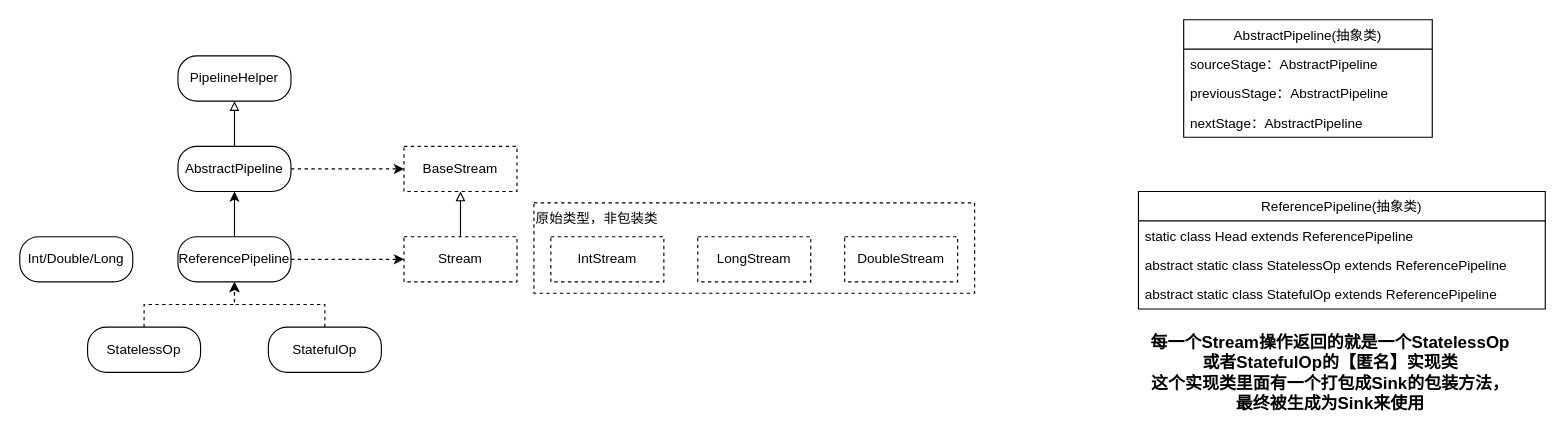
MosEleven/MyStudy keeps this draw.io diagram as note/散装程序员/Stream.assets/Stream.drawio. Above is the earlier version. Source tidied: cells renumbered, new cells numbered last; positions are measured from the earlier drawing's top-left corner, leaving out a move shared by most shapes. Both pictures are drawn from the tidied source at 113%, with x=0, y=0 at pixel (19, 19).
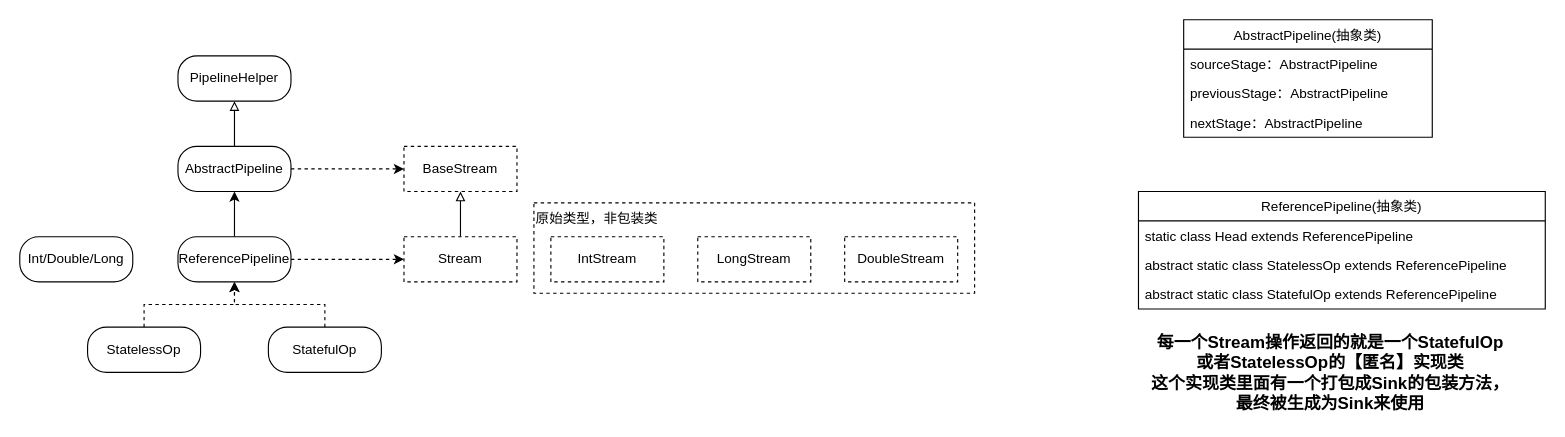
The same page after the edit.

Change to the diagram source:
```diff
@@
-    <mxCell id="29" value="&lt;b&gt;&lt;font style=&quot;font-size: 15px&quot;&gt;每一个Stream操作返回的就是一个StatelessOp或者StatefulOp的【匿名】实现类&lt;br&gt;这个实现类里面有一个打包成Sink的包装方法，最终被生成为Sink来使用&lt;br&gt;&lt;/font&gt;&lt;/b&gt;" style="text;html=1;strokeColor=none;fillColor=none;align=center;verticalAlign=middle;whiteSpace=wrap;rounded=0;" parent="1" vertex="1">
+    <mxCell id="29" value="&lt;b&gt;&lt;font style=&quot;font-size: 15px&quot;&gt;每一个Stream操作返回的就是一个StatefulOp或者StatelessOp的【匿名】实现类&lt;br&gt;这个实现类里面有一个打包成Sink的包装方法，最终被生成为Sink来使用&lt;br&gt;&lt;/font&gt;&lt;/b&gt;" style="text;html=1;strokeColor=none;fillColor=none;align=center;verticalAlign=middle;whiteSpace=wrap;rounded=0;" parent="1" vertex="1">
       <mxGeometry x="1000" y="272" width="320" height="80" as="geometry" />
     </mxCell>
```
